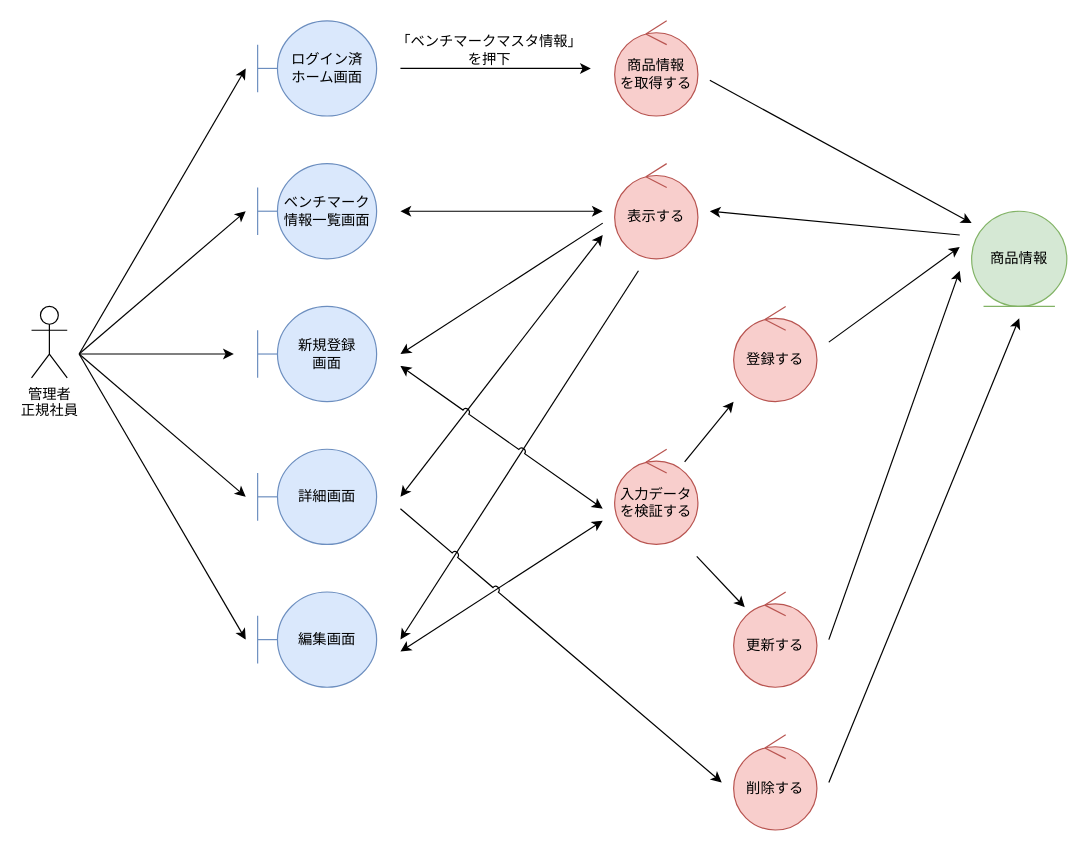
The draw.io diagram page "*ベンチマークマスタ管理_登録" (5 of 10) of 各種設計書/3ロバストネス図/在庫管理/在庫管理.drawio in HaruShim/Sotuken, before the edit. Source tidied: cells renumbered, new cells numbered last; positions are measured from the earlier drawing's top-left corner, leaving out a move shared by most shapes. Both pictures are drawn from the tidied source at 119%, with x=0, y=0 at pixel (31, 20).
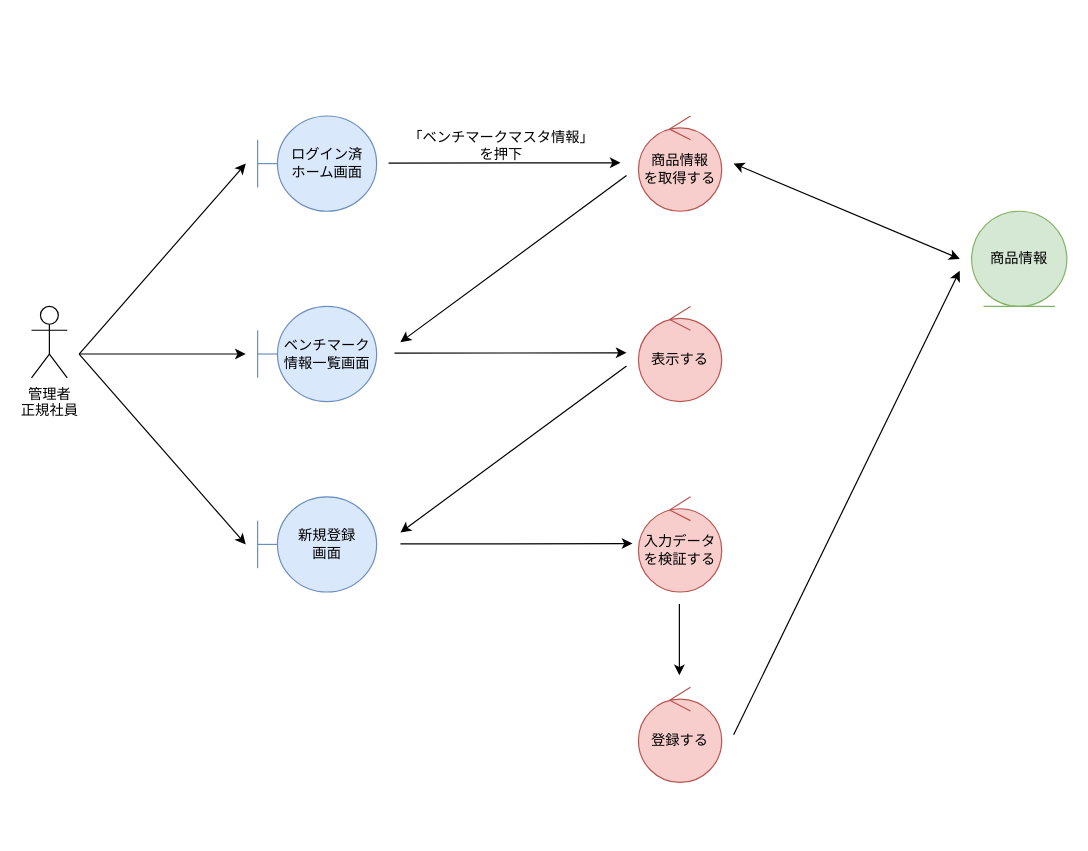
Above is the later version.

The edit, as a diff of the source:
```diff
@@
     <mxCell id="3" value="ログイン済&lt;br&gt;ホーム画面" style="shape=umlBoundary;whiteSpace=wrap;html=1;fillColor=#dae8fc;strokeColor=#6c8ebf;" parent="1" vertex="1">
-      <mxGeometry x="190" width="100" height="80" as="geometry" />
+      <mxGeometry x="190" y="80" width="100" height="80" as="geometry" />
     </mxCell>
     <mxCell id="4" value="ベンチマーク&lt;br&gt;情報一覧画面" style="shape=umlBoundary;whiteSpace=wrap;html=1;fillColor=#dae8fc;strokeColor=#6c8ebf;" parent="1" vertex="1">
-      <mxGeometry x="190" y="120" width="100" height="80" as="geometry" />
+      <mxGeometry x="190" y="240" width="100" height="80" as="geometry" />
     </mxCell>
     <mxCell id="5" value="新規登録&lt;br&gt;画面" style="shape=umlBoundary;whiteSpace=wrap;html=1;fillColor=#dae8fc;strokeColor=#6c8ebf;" parent="1" vertex="1">
-      <mxGeometry x="190" y="240" width="100" height="80" as="geometry" />
+      <mxGeometry x="190" y="400" width="100" height="80" as="geometry" />
     </mxCell>
     <mxCell id="6" value="商品情報&lt;br&gt;を取得する" style="ellipse;shape=umlControl;whiteSpace=wrap;html=1;fillColor=#f8cecc;strokeColor=#b85450;" parent="1" vertex="1">
-      <mxGeometry x="490" width="70" height="80" as="geometry" />
+      <mxGeometry x="510" y="80" width="70" height="80" as="geometry" />
     </mxCell>
@@
     <mxCell id="8" value="表示する" style="ellipse;shape=umlControl;whiteSpace=wrap;html=1;fillColor=#f8cecc;strokeColor=#b85450;" parent="1" vertex="1">
-      <mxGeometry x="490" y="120" width="70" height="80" as="geometry" />
+      <mxGeometry x="510" y="240" width="70" height="80" as="geometry" />
     </mxCell>
-    <mxCell id="9" value="登録する" style="ellipse;shape=umlControl;whiteSpace=wrap;html=1;fillColor=#f8cecc;strokeColor=#b85450;" parent="1" vertex="1">
-      <mxGeometry x="590" y="240" width="70" height="80" as="geometry" />
-    </mxCell>
-    <mxCell id="10" value="詳細画面" style="shape=umlBoundary;whiteSpace=wrap;html=1;fillColor=#dae8fc;strokeColor=#6c8ebf;" parent="1" vertex="1">
-      <mxGeometry x="190" y="360" width="100" height="80" as="geometry" />
-    </mxCell>
-    <mxCell id="11" value="更新する" style="ellipse;shape=umlControl;whiteSpace=wrap;html=1;fillColor=#f8cecc;strokeColor=#b85450;" parent="1" vertex="1">
-      <mxGeometry x="590" y="480" width="70" height="80" as="geometry" />
-    </mxCell>
     <mxCell id="12" style="endArrow=classic;html=1;rounded=0;" parent="1" edge="1">
       <mxGeometry relative="1" as="geometry">
-        <mxPoint x="310" y="40" as="sourcePoint" />
-        <mxPoint x="470" y="40" as="targetPoint" />
+        <mxPoint x="305" y="279.3" as="sourcePoint" />
+        <mxPoint x="500" y="279" as="targetPoint" />
       </mxGeometry>
     </mxCell>
-    <mxCell id="13" value="編集画面" style="shape=umlBoundary;whiteSpace=wrap;html=1;fillColor=#dae8fc;strokeColor=#6c8ebf;" parent="1" vertex="1">
-      <mxGeometry x="190" y="480" width="100" height="80" as="geometry" />
-    </mxCell>
     <mxCell id="14" value="「ベンチマークマスタ情報」&lt;br&gt;を押下" style="text;html=1;strokeColor=none;fillColor=none;align=center;verticalAlign=middle;whiteSpace=wrap;rounded=0;" parent="1" vertex="1">
-      <mxGeometry x="300" y="10" width="170" height="30" as="geometry" />
+      <mxGeometry x="310" y="90" width="170" height="30" as="geometry" />
     </mxCell>
     <mxCell id="15" style="endArrow=classic;html=1;rounded=0;" parent="1" edge="1">
       <mxGeometry relative="1" as="geometry">
         <mxPoint x="40" y="280" as="sourcePoint" />
-        <mxPoint x="180" y="40" as="targetPoint" />
+        <mxPoint x="180" y="120" as="targetPoint" />
       </mxGeometry>
     </mxCell>
     <mxCell id="16" style="endArrow=classic;html=1;rounded=0;" parent="1" edge="1">
       <mxGeometry relative="1" as="geometry">
         <mxPoint x="40" y="280" as="sourcePoint" />
-        <mxPoint x="170" y="280" as="targetPoint" />
+        <mxPoint x="180" y="440" as="targetPoint" />
       </mxGeometry>
     </mxCell>
-    <mxCell id="17" style="endArrow=classic;html=1;rounded=0;" parent="1" edge="1">
-      <mxGeometry relative="1" as="geometry">
-        <mxPoint x="40" y="280" as="sourcePoint" />
-        <mxPoint x="180" y="400" as="targetPoint" />
-      </mxGeometry>
-    </mxCell>
-    <mxCell id="18" style="endArrow=classic;html=1;rounded=0;" parent="1" edge="1">
-      <mxGeometry relative="1" as="geometry">
-        <mxPoint x="40" y="280" as="sourcePoint" />
-        <mxPoint x="180" y="520" as="targetPoint" />
-      </mxGeometry>
-    </mxCell>
     <mxCell id="19" style="endArrow=classic;html=1;rounded=0;" parent="1" edge="1">
       <mxGeometry relative="1" as="geometry">
         <mxPoint x="40" y="280" as="sourcePoint" />
-        <mxPoint x="180" y="160" as="targetPoint" />
+        <mxPoint x="180" y="280" as="targetPoint" />
       </mxGeometry>
     </mxCell>
+    <mxCell id="22" style="endArrow=classic;html=1;rounded=0;startArrow=classic;startFill=1;" parent="1" edge="1">
+      <mxGeometry relative="1" as="geometry">
+        <mxPoint x="590" y="120" as="sourcePoint" />
+        <mxPoint x="780" y="200" as="targetPoint" />
+      </mxGeometry>
+    </mxCell>
+    <mxCell id="36" style="endArrow=classic;html=1;rounded=0;" parent="1" edge="1">
+      <mxGeometry relative="1" as="geometry">
+        <mxPoint x="300" y="119.6" as="sourcePoint" />
+        <mxPoint x="495" y="119.3" as="targetPoint" />
+      </mxGeometry>
+    </mxCell>
+    <mxCell id="37" style="endArrow=classic;html=1;rounded=0;" parent="1" edge="1">
+      <mxGeometry relative="1" as="geometry">
+        <mxPoint x="500" y="130" as="sourcePoint" />
+        <mxPoint x="310" y="270" as="targetPoint" />
+      </mxGeometry>
+    </mxCell>
+    <mxCell id="38" style="endArrow=classic;html=1;rounded=0;" parent="1" edge="1">
+      <mxGeometry relative="1" as="geometry">
+        <mxPoint x="500" y="290" as="sourcePoint" />
+        <mxPoint x="310" y="430" as="targetPoint" />
+      </mxGeometry>
+    </mxCell>
+    <mxCell id="9" value="登録する" style="ellipse;shape=umlControl;whiteSpace=wrap;html=1;fillColor=#f8cecc;strokeColor=#b85450;" parent="1" vertex="1">
+      <mxGeometry x="510" y="560" width="70" height="80" as="geometry" />
+    </mxCell>
     <mxCell id="20" value="入力データを検証する" style="ellipse;shape=umlControl;whiteSpace=wrap;html=1;fillColor=#f8cecc;strokeColor=#b85450;" parent="1" vertex="1">
-      <mxGeometry x="490" y="360" width="70" height="80" as="geometry" />
+      <mxGeometry x="510" y="400" width="70" height="80" as="geometry" />
     </mxCell>
-    <mxCell id="21" value="削除する" style="ellipse;shape=umlControl;whiteSpace=wrap;html=1;fillColor=#f8cecc;strokeColor=#b85450;" parent="1" vertex="1">
-      <mxGeometry x="590" y="600" width="70" height="80" as="geometry" />
-    </mxCell>
-    <mxCell id="22" style="endArrow=classic;html=1;rounded=0;" parent="1" edge="1">
-      <mxGeometry relative="1" as="geometry">
-        <mxPoint x="570" y="50" as="sourcePoint" />
-        <mxPoint x="790" y="170" as="targetPoint" />
-      </mxGeometry>
-    </mxCell>
-    <mxCell id="23" style="endArrow=classic;html=1;rounded=0;" parent="1" edge="1">
-      <mxGeometry relative="1" as="geometry">
-        <mxPoint x="780" y="180" as="sourcePoint" />
-        <mxPoint x="570" y="160" as="targetPoint" />
-      </mxGeometry>
-    </mxCell>
-    <mxCell id="24" style="endArrow=classic;html=1;rounded=0;startArrow=classic;startFill=1;" parent="1" edge="1">
-      <mxGeometry relative="1" as="geometry">
-        <mxPoint x="480" y="160" as="sourcePoint" />
-        <mxPoint x="310" y="160" as="targetPoint" />
-      </mxGeometry>
-    </mxCell>
-    <mxCell id="25" style="endArrow=classic;html=1;rounded=0;" parent="1" edge="1">
-      <mxGeometry relative="1" as="geometry">
-        <mxPoint x="480" y="170" as="sourcePoint" />
-        <mxPoint x="310" y="280" as="targetPoint" />
-      </mxGeometry>
-    </mxCell>
-    <mxCell id="26" style="endArrow=classic;html=1;rounded=0;startArrow=none;startFill=0;" parent="1" edge="1" source="20">
-      <mxGeometry relative="1" as="geometry">
-        <mxPoint x="590" y="320" as="targetPoint" />
-      </mxGeometry>
-    </mxCell>
-    <mxCell id="27" style="endArrow=classic;html=1;rounded=0;startArrow=none;startFill=0;" parent="1" edge="1">
-      <mxGeometry relative="1" as="geometry">
-        <mxPoint x="670" y="270" as="sourcePoint" />
-        <mxPoint x="780" y="190" as="targetPoint" />
-      </mxGeometry>
-    </mxCell>
-    <mxCell id="28" style="endArrow=classic;html=1;rounded=0;startArrow=classic;startFill=1;" parent="1" edge="1">
-      <mxGeometry relative="1" as="geometry">
-        <mxPoint x="480" y="180" as="sourcePoint" />
-        <mxPoint x="310" y="400" as="targetPoint" />
-      </mxGeometry>
-    </mxCell>
-    <mxCell id="29" style="endArrow=classic;html=1;rounded=0;" parent="1" edge="1">
-      <mxGeometry relative="1" as="geometry">
-        <mxPoint x="510" y="210" as="sourcePoint" />
-        <mxPoint x="310" y="520" as="targetPoint" />
-      </mxGeometry>
-    </mxCell>
-    <mxCell id="30" style="endArrow=classic;html=1;rounded=0;endFill=1;startArrow=classic;startFill=1;" parent="1" edge="1">
-      <mxGeometry relative="1" as="geometry">
-        <mxPoint x="480" y="420" as="sourcePoint" />
-        <mxPoint x="310" y="530" as="targetPoint" />
-      </mxGeometry>
-    </mxCell>
-    <mxCell id="31" style="endArrow=classic;html=1;rounded=0;startArrow=none;startFill=0;" parent="1" edge="1" target="11">
-      <mxGeometry relative="1" as="geometry">
-        <mxPoint x="559" y="450" as="sourcePoint" />
-      </mxGeometry>
-    </mxCell>
-    <mxCell id="32" style="endArrow=classic;html=1;rounded=0;startArrow=none;startFill=0;" parent="1" edge="1">
-      <mxGeometry relative="1" as="geometry">
-        <mxPoint x="670" y="520" as="sourcePoint" />
-        <mxPoint x="780" y="210" as="targetPoint" />
-      </mxGeometry>
-    </mxCell>
-    <mxCell id="33" style="endArrow=classic;html=1;rounded=0;startArrow=none;startFill=0;" parent="1" edge="1">
-      <mxGeometry relative="1" as="geometry">
-        <mxPoint x="670" y="640" as="sourcePoint" />
-        <mxPoint x="830" y="250" as="targetPoint" />
-      </mxGeometry>
-    </mxCell>
-    <mxCell id="34" style="endArrow=classic;html=1;rounded=0;startArrow=classic;startFill=1;jumpStyle=arc;" parent="1" edge="1">
-      <mxGeometry relative="1" as="geometry">
-        <mxPoint x="310" y="290" as="sourcePoint" />
-        <mxPoint x="480" y="410" as="targetPoint" />
-      </mxGeometry>
-    </mxCell>
-    <mxCell id="35" style="endArrow=classic;html=1;rounded=0;jumpStyle=arc;" parent="1" edge="1">
-      <mxGeometry relative="1" as="geometry">
-        <mxPoint x="310" y="410" as="sourcePoint" />
-        <mxPoint x="580" y="640" as="targetPoint" />
-      </mxGeometry>
-    </mxCell>
+    <mxCell id="39" style="endArrow=none;html=1;rounded=0;jumpStyle=none;startArrow=classic;startFill=1;endFill=0;" parent="1" edge="1">
+      <mxGeometry relative="1" as="geometry">
+        <mxPoint x="544.4" y="550" as="sourcePoint" />
+        <mxPoint x="544.4" y="490" as="targetPoint" />
+      </mxGeometry>
+    </mxCell>
+    <mxCell id="40" style="endArrow=classic;html=1;rounded=0;" parent="1" edge="1">
+      <mxGeometry relative="1" as="geometry">
+        <mxPoint x="310" y="439.6" as="sourcePoint" />
+        <mxPoint x="505" y="439.3" as="targetPoint" />
+      </mxGeometry>
+    </mxCell>
+    <mxCell id="41" style="endArrow=classic;html=1;rounded=0;" parent="1" edge="1">
+      <mxGeometry relative="1" as="geometry">
+        <mxPoint x="590" y="600" as="sourcePoint" />
+        <mxPoint x="780" y="210" as="targetPoint" />
+      </mxGeometry>
+    </mxCell>
```
